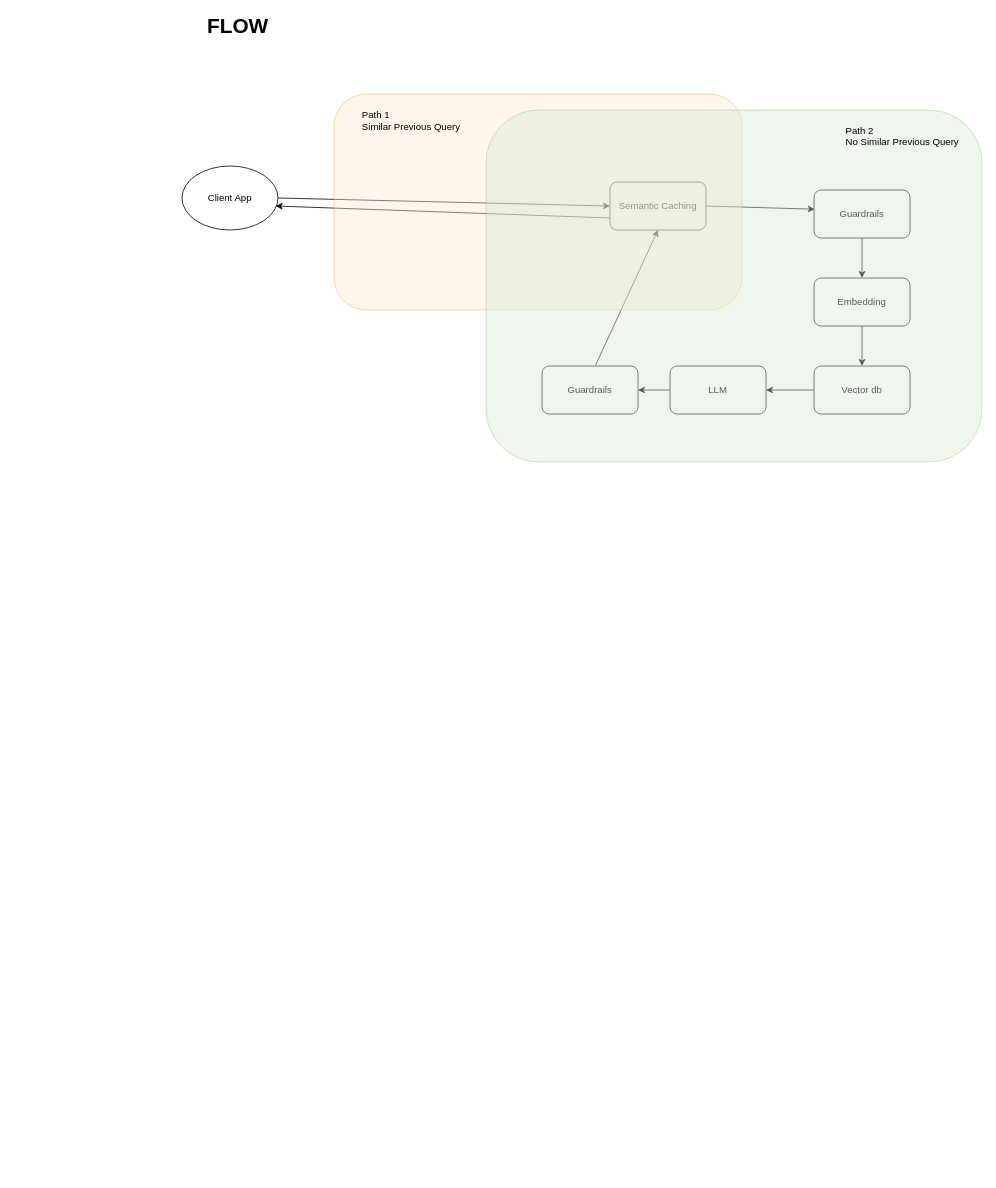
Above: architectures/AI_platform/RAG_microservice.drawio in scotsditch/ScotShieldsWorkSamples (draw.io), before the change. Source tidied: cells renumbered, new cells numbered last; positions are measured from the earlier drawing's top-left corner, leaving out a move shared by most shapes. Both pictures are drawn from the tidied source at 80%, with x=0, y=0 at pixel (182, 14).
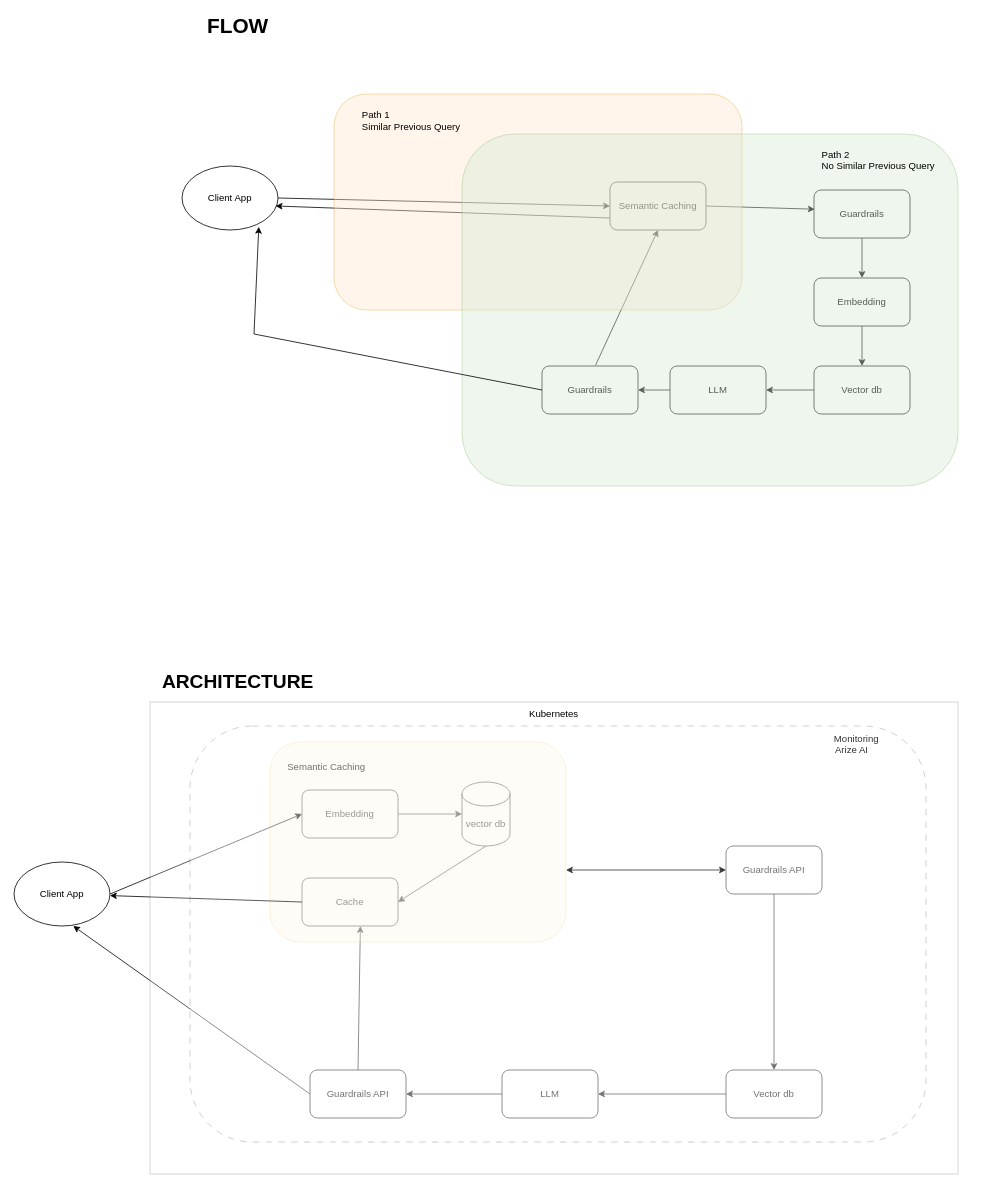
The same diagram, later.

Unchanged cells that the change refers to:
```xml
<mxCell id="7" value="Guardrails" style="rounded=1;whiteSpace=wrap;html=1;" parent="1" vertex="1">
  <mxGeometry x="450" y="440" width="120" height="60" as="geometry" />
</mxCell>
<mxCell id="8" value="Client App" style="ellipse;whiteSpace=wrap;html=1;" parent="1" vertex="1">
  <mxGeometry y="190" width="120" height="80" as="geometry" />
</mxCell>
```

Change to the diagram source:
```diff
@@
     <mxCell id="18" value="&lt;div&gt;&amp;nbsp; &amp;nbsp; &amp;nbsp; &amp;nbsp; &amp;nbsp;&amp;nbsp;&lt;/div&gt;&lt;div&gt;&lt;br&gt;&lt;/div&gt;&lt;div&gt;&amp;nbsp; &amp;nbsp; &amp;nbsp; &amp;nbsp;Path 2&amp;nbsp; &amp;nbsp; &amp;nbsp; &amp;nbsp; &amp;nbsp; &amp;nbsp; &amp;nbsp; &amp;nbsp; &amp;nbsp; &amp;nbsp; &amp;nbsp; &amp;nbsp; &amp;nbsp; &amp;nbsp; &amp;nbsp; &amp;nbsp; &amp;nbsp; &amp;nbsp; &amp;nbsp; &amp;nbsp;&amp;nbsp;&lt;/div&gt;&lt;div&gt;&amp;nbsp; &amp;nbsp; &amp;nbsp; No Similar Previous Query&amp;nbsp; &amp;nbsp; &amp;nbsp; &amp;nbsp;&amp;nbsp;&lt;/div&gt;&lt;div&gt;&lt;br&gt;&lt;/div&gt;&lt;div&gt;&lt;br&gt;&lt;/div&gt;&lt;div&gt;&lt;br&gt;&lt;/div&gt;&lt;div&gt;&lt;br&gt;&lt;/div&gt;&lt;div&gt;&lt;br&gt;&lt;/div&gt;&lt;div&gt;&lt;br&gt;&lt;/div&gt;&lt;div&gt;&lt;br&gt;&lt;/div&gt;&lt;div&gt;&lt;br&gt;&lt;/div&gt;&lt;div&gt;&lt;br&gt;&lt;/div&gt;&lt;div&gt;&lt;br&gt;&lt;/div&gt;&lt;div&gt;&lt;br&gt;&lt;/div&gt;&lt;div&gt;&amp;nbsp;&amp;nbsp;&lt;/div&gt;&lt;div&gt;&lt;br&gt;&lt;/div&gt;&lt;div&gt;&lt;br&gt;&lt;/div&gt;&lt;div&gt;&lt;br&gt;&lt;/div&gt;&lt;div&gt;&lt;br&gt;&lt;/div&gt;&lt;div&gt;&lt;br&gt;&lt;/div&gt;&lt;div&gt;&lt;br&gt;&lt;/div&gt;&lt;div&gt;&lt;br&gt;&lt;/div&gt;&lt;div&gt;&lt;br&gt;&lt;/div&gt;&lt;div&gt;&lt;br&gt;&lt;/div&gt;&lt;div&gt;&lt;br&gt;&lt;/div&gt;&lt;div&gt;&lt;br&gt;&lt;/div&gt;&lt;div&gt;&lt;br&gt;&lt;/div&gt;&lt;div&gt;&lt;br&gt;&lt;/div&gt;&lt;div&gt;&lt;br&gt;&lt;/div&gt;&lt;div&gt;&lt;br&gt;&lt;/div&gt;&lt;div&gt;&lt;br&gt;&lt;/div&gt;" style="rounded=1;whiteSpace=wrap;html=1;align=right;opacity=40;fillColor=#d5e8d4;strokeColor=#82b366;" parent="1" vertex="1">
-      <mxGeometry x="380" y="120" width="620" height="440" as="geometry" />
+      <mxGeometry x="350" y="150" width="620" height="440" as="geometry" />
     </mxCell>
@@
+    <mxCell id="20" value="&lt;b&gt;&lt;font style=&quot;font-size: 24px;&quot;&gt;ARCHITECTURE&lt;/font&gt;&lt;/b&gt;" style="text;html=1;align=center;verticalAlign=middle;whiteSpace=wrap;rounded=0;" parent="1" vertex="1">
+      <mxGeometry x="40" y="820" width="60" height="30" as="geometry" />
+    </mxCell>
+    <mxCell id="21" value="Embedding" style="rounded=1;whiteSpace=wrap;html=1;" parent="1" vertex="1">
+      <mxGeometry x="150" y="970" width="120" height="60" as="geometry" />
+    </mxCell>
+    <mxCell id="22" value="vector db" style="shape=cylinder3;whiteSpace=wrap;html=1;boundedLbl=1;backgroundOutline=1;size=15;" parent="1" vertex="1">
+      <mxGeometry x="350" y="960" width="60" height="80" as="geometry" />
+    </mxCell>
+    <mxCell id="23" value="Cache" style="rounded=1;whiteSpace=wrap;html=1;" parent="1" vertex="1">
+      <mxGeometry x="150" y="1080" width="120" height="60" as="geometry" />
+    </mxCell>
+    <mxCell id="24" style="endArrow=classic;html=1;rounded=0;exitX=1;exitY=0.5;exitDx=0;exitDy=0;entryX=0;entryY=0.5;entryDx=0;entryDy=0;entryPerimeter=0;" parent="1" edge="1" source="21" target="22">
+      <mxGeometry relative="1" as="geometry" />
+    </mxCell>
+    <mxCell id="25" style="endArrow=classic;html=1;rounded=0;exitX=0.5;exitY=1;exitDx=0;exitDy=0;exitPerimeter=0;entryX=1;entryY=0.5;entryDx=0;entryDy=0;" parent="1" edge="1" source="22" target="23">
+      <mxGeometry relative="1" as="geometry" />
+    </mxCell>
+    <mxCell id="26" value="Guardrails API" style="rounded=1;whiteSpace=wrap;html=1;" parent="1" vertex="1">
+      <mxGeometry x="680" y="1040" width="120" height="60" as="geometry" />
+    </mxCell>
+    <mxCell id="27" value="Vector db" style="rounded=1;whiteSpace=wrap;html=1;" parent="1" vertex="1">
+      <mxGeometry x="680" y="1320" width="120" height="60" as="geometry" />
+    </mxCell>
+    <mxCell id="28" value="LLM" style="rounded=1;whiteSpace=wrap;html=1;" parent="1" vertex="1">
+      <mxGeometry x="400" y="1320" width="120" height="60" as="geometry" />
+    </mxCell>
+    <mxCell id="29" value="Guardrails API" style="rounded=1;whiteSpace=wrap;html=1;" parent="1" vertex="1">
+      <mxGeometry x="160" y="1320" width="120" height="60" as="geometry" />
+    </mxCell>
+    <mxCell id="30" style="endArrow=classic;html=1;rounded=0;exitX=0.5;exitY=0;exitDx=0;exitDy=0;entryX=0.608;entryY=1;entryDx=0;entryDy=0;entryPerimeter=0;" parent="1" edge="1" source="29" target="23">
+      <mxGeometry relative="1" as="geometry" />
+    </mxCell>
+    <mxCell id="31" style="endArrow=classic;html=1;rounded=0;exitX=0.5;exitY=1;exitDx=0;exitDy=0;entryX=0.5;entryY=0;entryDx=0;entryDy=0;" parent="1" edge="1" source="26" target="27">
+      <mxGeometry relative="1" as="geometry" />
+    </mxCell>
+    <mxCell id="32" style="endArrow=classic;html=1;rounded=0;exitX=0;exitY=0.5;exitDx=0;exitDy=0;entryX=1;entryY=0.5;entryDx=0;entryDy=0;" parent="1" edge="1" source="27" target="28">
+      <mxGeometry relative="1" as="geometry" />
+    </mxCell>
+    <mxCell id="33" style="endArrow=classic;html=1;rounded=0;exitX=0;exitY=0.5;exitDx=0;exitDy=0;entryX=1;entryY=0.5;entryDx=0;entryDy=0;" parent="1" edge="1" source="28" target="29">
+      <mxGeometry relative="1" as="geometry" />
+    </mxCell>
+    <mxCell id="34" value="&lt;div align=&quot;left&quot;&gt;&amp;nbsp; &amp;nbsp; &amp;nbsp; Semantic Caching&lt;/div&gt;&lt;div align=&quot;left&quot;&gt;&lt;br&gt;&lt;/div&gt;&lt;div align=&quot;left&quot;&gt;&lt;br&gt;&lt;/div&gt;&lt;div align=&quot;left&quot;&gt;&lt;br&gt;&lt;/div&gt;&lt;div align=&quot;left&quot;&gt;&lt;br&gt;&lt;/div&gt;&lt;div align=&quot;left&quot;&gt;&lt;br&gt;&lt;/div&gt;&lt;div align=&quot;left&quot;&gt;&lt;br&gt;&lt;/div&gt;&lt;div align=&quot;left&quot;&gt;&lt;br&gt;&lt;/div&gt;&lt;div align=&quot;left&quot;&gt;&lt;br&gt;&lt;/div&gt;&lt;div align=&quot;left&quot;&gt;&lt;br&gt;&lt;/div&gt;&lt;div align=&quot;left&quot;&gt;&lt;br&gt;&lt;/div&gt;&lt;div align=&quot;left&quot;&gt;&lt;br&gt;&lt;/div&gt;&lt;div align=&quot;left&quot;&gt;&lt;br&gt;&lt;/div&gt;&lt;div align=&quot;left&quot;&gt;&lt;br&gt;&lt;/div&gt;" style="rounded=1;whiteSpace=wrap;html=1;align=left;opacity=30;fillColor=#ffe6cc;strokeColor=#d79b00;" parent="1" vertex="1">
+      <mxGeometry x="110" y="910" width="370" height="250" as="geometry" />
+    </mxCell>
+    <mxCell id="35" style="endArrow=classic;html=1;rounded=0;exitX=0;exitY=0.5;exitDx=0;exitDy=0;entryX=0.8;entryY=0.95;entryDx=0;entryDy=0;entryPerimeter=0;" parent="1" edge="1" source="7" target="8">
+      <mxGeometry relative="1" as="geometry">
+        <Array as="points">
+          <mxPoint x="90" y="400" />
+        </Array>
+      </mxGeometry>
+    </mxCell>
+    <mxCell id="36" value="Client App" style="ellipse;whiteSpace=wrap;html=1;" parent="1" vertex="1">
+      <mxGeometry x="-210" y="1060" width="120" height="80" as="geometry" />
+    </mxCell>
+    <mxCell id="37" style="endArrow=classic;html=1;rounded=0;exitX=1;exitY=0.5;exitDx=0;exitDy=0;entryX=0;entryY=0.5;entryDx=0;entryDy=0;" parent="1" edge="1" source="36" target="21">
+      <mxGeometry relative="1" as="geometry" />
+    </mxCell>
+    <mxCell id="38" style="endArrow=classic;html=1;rounded=0;exitX=0;exitY=0.5;exitDx=0;exitDy=0;entryX=0.617;entryY=1;entryDx=0;entryDy=0;entryPerimeter=0;" parent="1" edge="1" source="29" target="36">
+      <mxGeometry relative="1" as="geometry" />
+    </mxCell>
+    <mxCell id="39" value="&lt;div&gt;Monitoring&amp;nbsp; &amp;nbsp; &amp;nbsp; &amp;nbsp; &amp;nbsp; &amp;nbsp; &amp;nbsp; &amp;nbsp; &amp;nbsp;&lt;/div&gt;&lt;div&gt;&amp;nbsp; &amp;nbsp; &amp;nbsp; Arize AI&amp;nbsp; &amp;nbsp; &amp;nbsp; &amp;nbsp; &amp;nbsp; &amp;nbsp; &amp;nbsp; &amp;nbsp; &amp;nbsp; &amp;nbsp; &amp;nbsp;&lt;/div&gt;&lt;div&gt;&lt;br&gt;&lt;/div&gt;&lt;div&gt;&lt;br&gt;&lt;/div&gt;&lt;div&gt;&lt;br&gt;&lt;/div&gt;&lt;div&gt;&lt;br&gt;&lt;/div&gt;&lt;div&gt;&lt;br&gt;&lt;/div&gt;&lt;div&gt;&lt;br&gt;&lt;/div&gt;&lt;div&gt;&lt;br&gt;&lt;/div&gt;&lt;div&gt;&lt;br&gt;&lt;/div&gt;&lt;div&gt;&lt;br&gt;&lt;/div&gt;&lt;div&gt;&lt;br&gt;&lt;/div&gt;&lt;div&gt;&lt;br&gt;&lt;/div&gt;&lt;div&gt;&lt;br&gt;&lt;/div&gt;&lt;div&gt;&lt;br&gt;&lt;/div&gt;&lt;div&gt;&lt;br&gt;&lt;/div&gt;&lt;div&gt;&lt;br&gt;&lt;/div&gt;&lt;div&gt;&lt;br&gt;&lt;/div&gt;&lt;div&gt;&lt;br&gt;&lt;/div&gt;&lt;div&gt;&lt;br&gt;&lt;/div&gt;&lt;div&gt;&lt;br&gt;&lt;/div&gt;&lt;div&gt;&lt;br&gt;&lt;/div&gt;&lt;div&gt;&lt;br&gt;&lt;/div&gt;&lt;div&gt;&lt;br&gt;&lt;/div&gt;&lt;div&gt;&lt;br&gt;&lt;/div&gt;&lt;div&gt;&lt;br&gt;&lt;/div&gt;&lt;div&gt;&lt;br&gt;&lt;/div&gt;&lt;div&gt;&lt;br&gt;&lt;/div&gt;&lt;div&gt;&lt;br&gt;&lt;/div&gt;&lt;div&gt;&lt;br&gt;&lt;/div&gt;&lt;div&gt;&lt;br&gt;&lt;/div&gt;&lt;div&gt;&lt;br&gt;&lt;/div&gt;&lt;div&gt;&lt;br&gt;&lt;/div&gt;&lt;div&gt;&lt;br&gt;&lt;/div&gt;&lt;div&gt;&lt;br&gt;&lt;/div&gt;" style="rounded=1;whiteSpace=wrap;html=1;align=right;opacity=30;dashed=1;dashPattern=8 8;" parent="1" vertex="1">
+      <mxGeometry x="10" y="890" width="920" height="520" as="geometry" />
+    </mxCell>
+    <mxCell id="40" style="endArrow=classic;html=1;rounded=0;exitX=0;exitY=0.5;exitDx=0;exitDy=0;" parent="1" edge="1" source="23" target="36">
+      <mxGeometry relative="1" as="geometry" />
+    </mxCell>
+    <mxCell id="41" style="endArrow=classic;startArrow=classic;html=1;rounded=0;entryX=0;entryY=0.5;entryDx=0;entryDy=0;exitX=1;exitY=0.64;exitDx=0;exitDy=0;exitPerimeter=0;" parent="1" edge="1" source="34" target="26">
+      <mxGeometry relative="1" as="geometry" />
+    </mxCell>
+    <mxCell id="42" value="&lt;div&gt;Kubernetes&lt;/div&gt;&lt;div&gt;&lt;br&gt;&lt;/div&gt;&lt;div&gt;&lt;br&gt;&lt;/div&gt;&lt;div&gt;&lt;br&gt;&lt;/div&gt;&lt;div&gt;&lt;br&gt;&lt;/div&gt;&lt;div&gt;&lt;br&gt;&lt;/div&gt;&lt;div&gt;&lt;br&gt;&lt;/div&gt;&lt;div&gt;&lt;br&gt;&lt;/div&gt;&lt;div&gt;&lt;br&gt;&lt;/div&gt;&lt;div&gt;&lt;br&gt;&lt;/div&gt;&lt;div&gt;&lt;br&gt;&lt;/div&gt;&lt;div&gt;&lt;br&gt;&lt;/div&gt;&lt;div&gt;&lt;br&gt;&lt;/div&gt;&lt;div&gt;&lt;br&gt;&lt;/div&gt;&lt;div&gt;&lt;br&gt;&lt;/div&gt;&lt;div&gt;&lt;br&gt;&lt;/div&gt;&lt;div&gt;&lt;br&gt;&lt;/div&gt;&lt;div&gt;&lt;br&gt;&lt;/div&gt;&lt;div&gt;&lt;br&gt;&lt;/div&gt;&lt;div&gt;&lt;br&gt;&lt;/div&gt;&lt;div&gt;&lt;br&gt;&lt;/div&gt;&lt;div&gt;&lt;br&gt;&lt;/div&gt;&lt;div&gt;&lt;br&gt;&lt;/div&gt;&lt;div&gt;&lt;br&gt;&lt;/div&gt;&lt;div&gt;&lt;br&gt;&lt;/div&gt;&lt;div&gt;&lt;br&gt;&lt;/div&gt;&lt;div&gt;&lt;br&gt;&lt;/div&gt;&lt;div&gt;&lt;br&gt;&lt;/div&gt;&lt;div&gt;&lt;br&gt;&lt;/div&gt;&lt;div&gt;&lt;br&gt;&lt;/div&gt;&lt;div&gt;&lt;br&gt;&lt;/div&gt;&lt;div&gt;&lt;br&gt;&lt;/div&gt;&lt;div&gt;&lt;br&gt;&lt;/div&gt;&lt;div&gt;&lt;br&gt;&lt;/div&gt;&lt;div&gt;&lt;br&gt;&lt;/div&gt;&lt;div&gt;&lt;br&gt;&lt;/div&gt;&lt;div&gt;&lt;br&gt;&lt;/div&gt;&lt;div&gt;&lt;br&gt;&lt;/div&gt;&lt;div&gt;&lt;br&gt;&lt;/div&gt;&lt;div&gt;&lt;br&gt;&lt;/div&gt;" style="rounded=0;whiteSpace=wrap;html=1;opacity=20;" parent="1" vertex="1">
+      <mxGeometry x="-40" y="860" width="1010" height="590" as="geometry" />
+    </mxCell>
```
